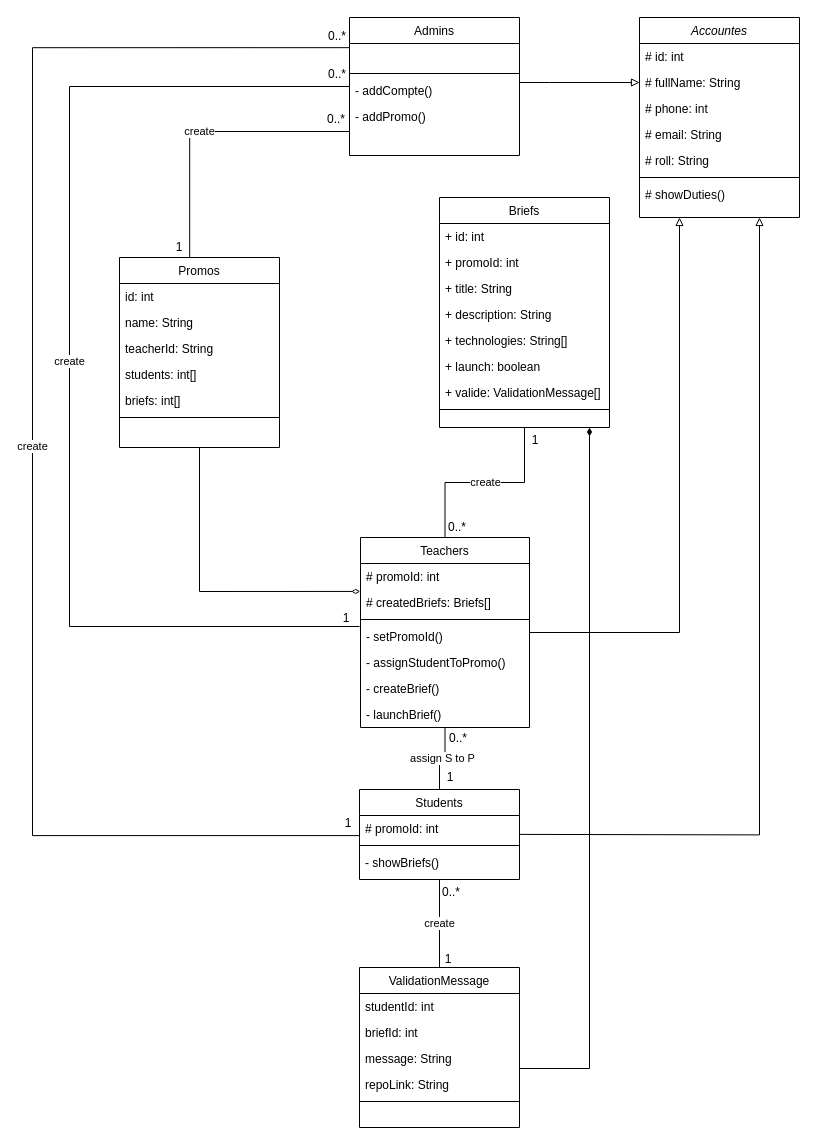
Above: UML/Diagram-class.drawio in daalimouhcine/Java_Simplon_Clone (draw.io), before the change. Source tidied: cells renumbered, new cells numbered last; positions are measured from the earlier drawing's top-left corner, leaving out a move shared by most shapes. Both pictures are drawn from the tidied source at 100%, with x=0, y=0 at pixel (32, 17).
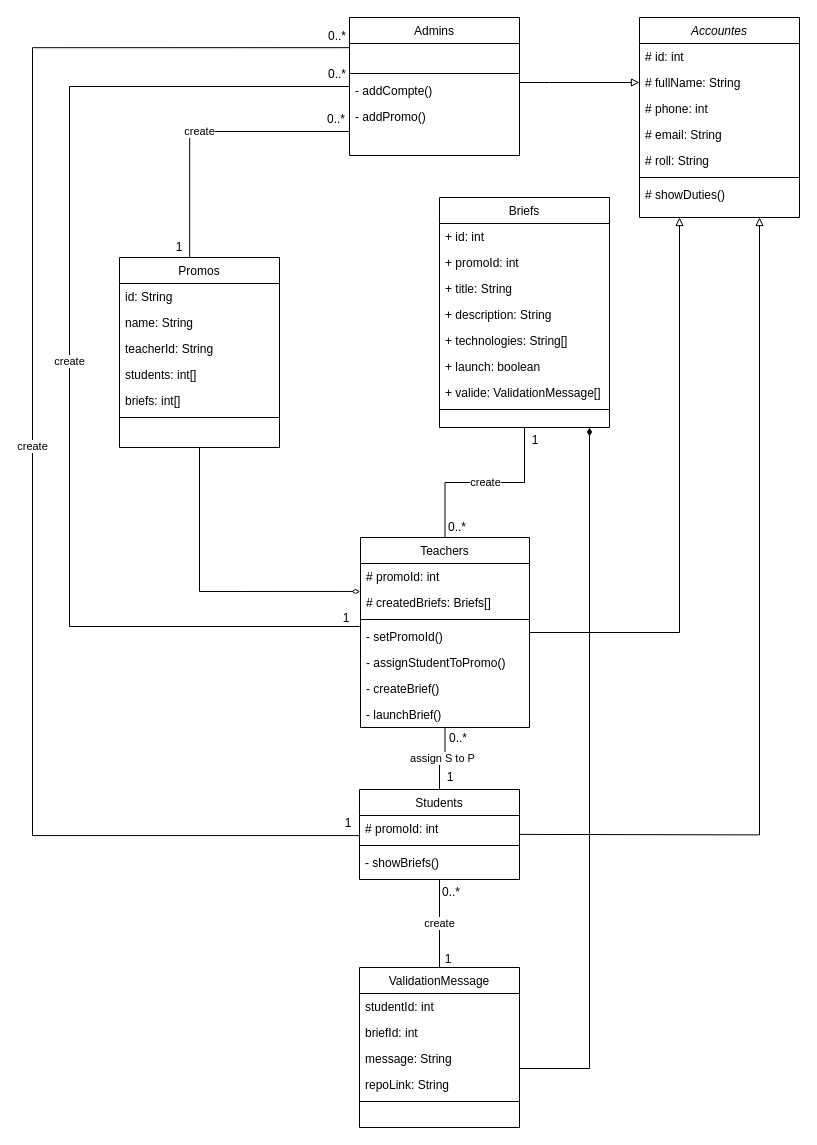
After the change.

Commit message:
modify the class diagram

The change refers to these unchanged cells:
```xml
<mxCell id="30" value="Promos" style="swimlane;fontStyle=0;align=center;verticalAlign=top;horizontal=1;startSize=26;rounded=0;shadow=0;strokeWidth=1;" parent="1" vertex="1">
  <mxGeometry x="87" y="240" width="160" height="190" as="geometry" />
</mxCell>
```

What changed in the source:
```diff
@@
-    <mxCell id="31" value="id: int" style="text;align=left;verticalAlign=top;spacingLeft=4;spacingRight=4;overflow=hidden;rounded=0;shadow=0;html=0;" parent="30" vertex="1">
+    <mxCell id="31" value="id: String" style="text;align=left;verticalAlign=top;spacingLeft=4;spacingRight=4;overflow=hidden;rounded=0;shadow=0;html=0;" parent="30" vertex="1">
       <mxGeometry y="26" width="160" height="26" as="geometry" />
     </mxCell>
```
